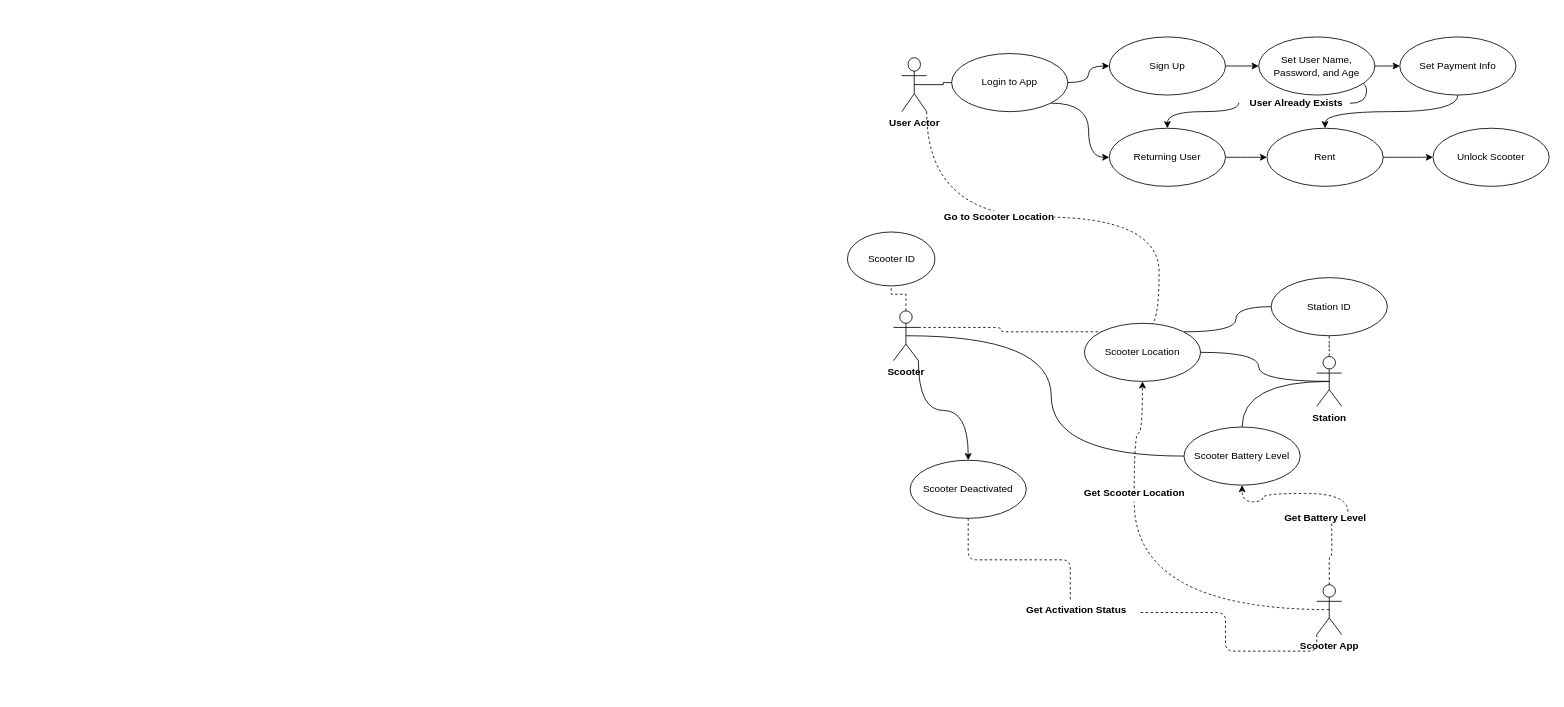
Before: Scooter Use Case Diagram.drawio in GreyWoulf/Scooter-Project, a draw.io diagram. Source tidied: cells renumbered, new cells numbered last; positions are measured from the earlier drawing's top-left corner, leaving out a move shared by most shapes. Both pictures are drawn from the tidied source at 83%, with x=0, y=0 at pixel (847, 37).
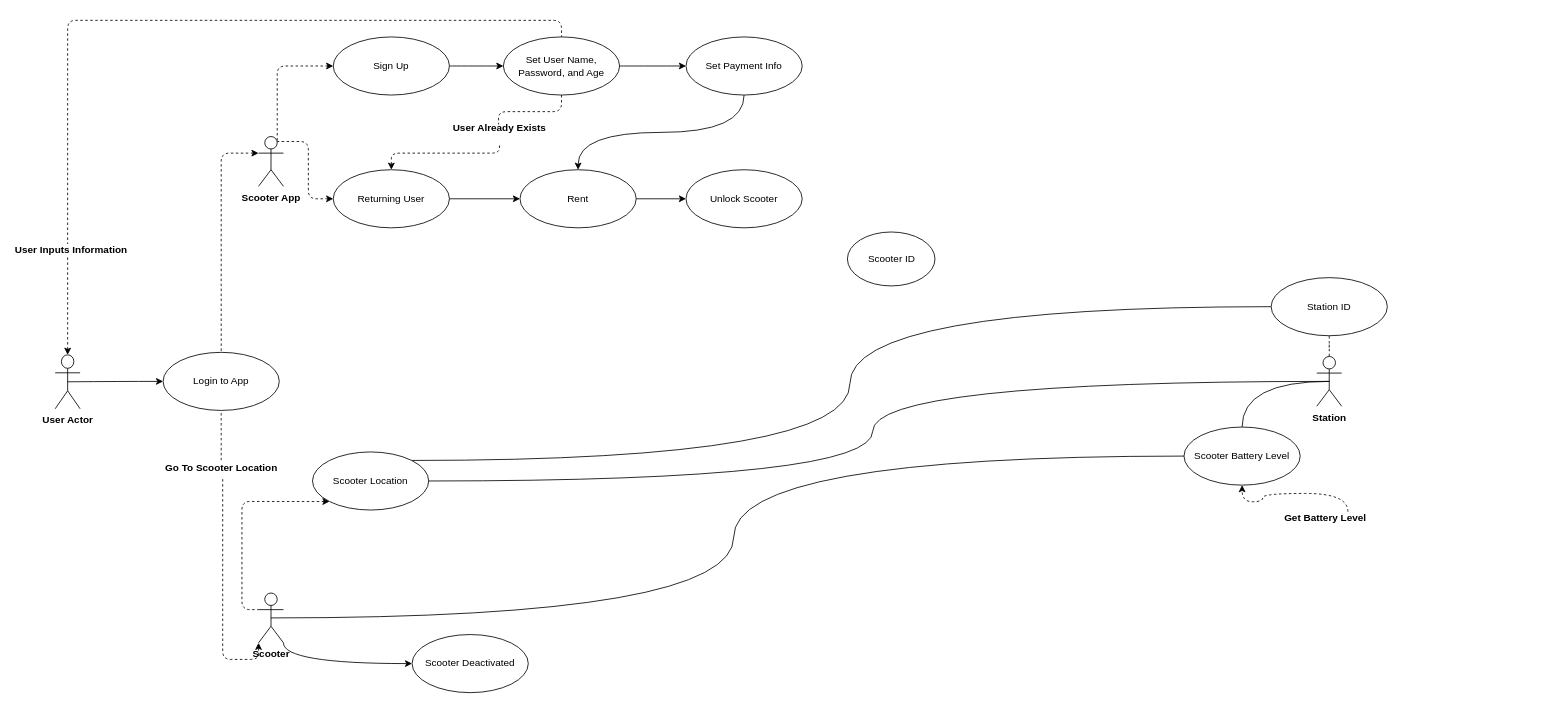
The same page after the edit.

Unchanged cells that the change refers to:
```xml
<mxCell id="32" value="&lt;b&gt;Get Battery Level&lt;/b&gt;" style="text;html=1;align=center;verticalAlign=middle;points=[];strokeColor=none;fillColor=none;fontSize=12;" parent="1" vertex="1">
  <mxGeometry x="520" y="570" width="110" height="20" as="geometry" />
</mxCell>
<mxCell id="48" value="Scooter ID" style="ellipse;whiteSpace=wrap;html=1;fontSize=12;" parent="1" vertex="1">
  <mxGeometry x="-0.5" y="235" width="105.5" height="65" as="geometry" />
</mxCell>
```

What changed in the source:
```diff
@@
-    <mxCell id="2" style="edgeStyle=orthogonalEdgeStyle;jettySize=auto;html=1;exitX=1;exitY=1;exitDx=0;exitDy=0;exitPerimeter=0;entryX=0.5;entryY=0.071;entryDx=0;entryDy=0;entryPerimeter=0;curved=1;dashed=1;" parent="1" edge="1" source="4" target="22">
-      <mxGeometry relative="1" as="geometry">
-        <Array as="points">
-          <mxPoint x="95" y="217" />
-          <mxPoint x="375" y="217" />
-          <mxPoint x="375" y="350" />
-        </Array>
-      </mxGeometry>
-    </mxCell>
-    <mxCell id="3" value="&lt;b&gt;Go to Scooter Location&lt;/b&gt;" style="edgeLabel;html=1;align=center;verticalAlign=middle;fontSize=12;" parent="2" vertex="1">
-      <mxGeometry x="-0.24" y="1" relative="1" as="geometry" />
-    </mxCell>
+    <mxCell id="49" style="edgeStyle=orthogonalEdgeStyle;rounded=1;jettySize=auto;html=1;exitX=0.5;exitY=0;exitDx=0;exitDy=0;exitPerimeter=0;entryX=0.5;entryY=0;entryDx=0;entryDy=0;fontSize=12;startArrow=classic;startFill=1;endArrow=none;endFill=0;strokeColor=default;dashed=1;" parent="1" edge="1" source="4" target="35">
+      <mxGeometry relative="1" as="geometry" />
+    </mxCell>
+    <mxCell id="50" value="&lt;b&gt;User Inputs Information&lt;/b&gt;" style="edgeLabel;html=1;align=center;verticalAlign=middle;fontSize=12;" parent="49" vertex="1">
+      <mxGeometry x="-0.75" y="-3" relative="1" as="geometry" />
+    </mxCell>
     <mxCell id="4" value="&lt;b&gt;User Actor&lt;/b&gt;" style="shape=umlActor;verticalLabelPosition=bottom;verticalAlign=top;html=1;" parent="1" vertex="1">
-      <mxGeometry x="65" y="25" width="30" height="65" as="geometry" />
+      <mxGeometry x="-955" y="383" width="30" height="65" as="geometry" />
     </mxCell>
@@
-    <mxCell id="7" style="edgeStyle=orthogonalEdgeStyle;jettySize=auto;html=1;exitX=1;exitY=0.3333333333333333;exitDx=0;exitDy=0;exitPerimeter=0;entryX=0;entryY=0;entryDx=0;entryDy=0;fontSize=12;endArrow=none;endFill=0;strokeColor=default;dashed=1;rounded=1;" parent="1" edge="1" source="9" target="22">
-      <mxGeometry relative="1" as="geometry" />
-    </mxCell>
-    <mxCell id="8" style="edgeStyle=orthogonalEdgeStyle;rounded=0;jettySize=auto;html=1;exitX=0.5;exitY=0;exitDx=0;exitDy=0;exitPerimeter=0;dashed=1;fontSize=12;endArrow=none;endFill=0;strokeColor=default;" parent="1" edge="1" source="9" target="48">
-      <mxGeometry relative="1" as="geometry" />
-    </mxCell>
+    <mxCell id="51" style="edgeStyle=orthogonalEdgeStyle;curved=1;jettySize=auto;html=1;exitX=0.5;exitY=0;exitDx=0;exitDy=0;exitPerimeter=0;fontSize=12;startArrow=none;startFill=1;endArrow=none;endFill=0;strokeColor=default;dashed=1;" parent="1" edge="1" source="59" target="27">
+      <mxGeometry relative="1" as="geometry" />
+    </mxCell>
+    <mxCell id="52" style="edgeStyle=orthogonalEdgeStyle;rounded=1;jettySize=auto;html=1;exitX=0;exitY=1;exitDx=0;exitDy=0;exitPerimeter=0;entryX=0.512;entryY=1.135;entryDx=0;entryDy=0;entryPerimeter=0;dashed=1;fontSize=12;startArrow=classic;startFill=1;endArrow=none;endFill=0;strokeColor=default;" parent="1" edge="1" source="9" target="59">
+      <mxGeometry relative="1" as="geometry" />
+    </mxCell>
     <mxCell id="9" value="&lt;b&gt;Scooter&lt;/b&gt;" style="shape=umlActor;verticalLabelPosition=bottom;verticalAlign=top;html=1;" parent="1" vertex="1">
-      <mxGeometry x="55" y="330" width="30" height="60" as="geometry" />
+      <mxGeometry x="-710" y="670" width="30" height="60" as="geometry" />
     </mxCell>
-    <mxCell id="10" style="edgeStyle=orthogonalEdgeStyle;jettySize=auto;html=1;exitX=0.5;exitY=0.5;exitDx=0;exitDy=0;exitPerimeter=0;entryX=0.5;entryY=1;entryDx=0;entryDy=0;curved=1;dashed=1;startArrow=none;" parent="1" edge="1" source="30" target="22">
-      <mxGeometry relative="1" as="geometry" />
-    </mxCell>
@@
-    <mxCell id="12" style="edgeStyle=orthogonalEdgeStyle;rounded=1;jettySize=auto;html=1;exitX=0.5;exitY=0;exitDx=0;exitDy=0;exitPerimeter=0;entryX=0.573;entryY=0.696;entryDx=0;entryDy=0;entryPerimeter=0;fontSize=12;endArrow=none;endFill=0;strokeColor=default;dashed=1;" parent="1" edge="1" source="14" target="32">
-      <mxGeometry relative="1" as="geometry" />
-    </mxCell>
-    <mxCell id="13" style="edgeStyle=orthogonalEdgeStyle;rounded=1;jettySize=auto;html=1;exitX=0;exitY=1;exitDx=0;exitDy=0;exitPerimeter=0;entryX=1.048;entryY=0.673;entryDx=0;entryDy=0;entryPerimeter=0;dashed=1;fontSize=12;endArrow=none;endFill=0;strokeColor=default;" parent="1" edge="1" source="14" target="29">
-      <mxGeometry relative="1" as="geometry" />
-    </mxCell>
+    <mxCell id="53" style="edgeStyle=orthogonalEdgeStyle;rounded=1;jettySize=auto;html=1;exitX=0;exitY=0.3333333333333333;exitDx=0;exitDy=0;exitPerimeter=0;entryX=0.5;entryY=0;entryDx=0;entryDy=0;dashed=1;fontSize=12;startArrow=classic;startFill=1;endArrow=none;endFill=0;strokeColor=default;" parent="1" edge="1" source="14" target="27">
+      <mxGeometry relative="1" as="geometry" />
+    </mxCell>
     <mxCell id="14" value="&lt;b&gt;Scooter App&lt;/b&gt;" style="shape=umlActor;verticalLabelPosition=bottom;verticalAlign=top;html=1;" parent="1" vertex="1">
-      <mxGeometry x="565" y="660" width="30" height="60" as="geometry" />
+      <mxGeometry x="-710" y="120" width="30" height="60" as="geometry" />
     </mxCell>
@@
+    <mxCell id="54" style="edgeStyle=orthogonalEdgeStyle;rounded=1;jettySize=auto;html=1;exitX=0;exitY=0.5;exitDx=0;exitDy=0;entryX=0.75;entryY=0.1;entryDx=0;entryDy=0;entryPerimeter=0;dashed=1;fontSize=12;startArrow=classic;startFill=1;endArrow=none;endFill=0;strokeColor=default;" parent="1" edge="1" source="17" target="14">
+      <mxGeometry relative="1" as="geometry" />
+    </mxCell>
-    <mxCell id="16" style="edgeStyle=orthogonalEdgeStyle;curved=1;jettySize=auto;html=1;exitX=0.5;exitY=0;exitDx=0;exitDy=0;entryX=-0.03;entryY=0.465;entryDx=0;entryDy=0;entryPerimeter=0;fontSize=12;endArrow=none;endFill=0;strokeColor=default;startArrow=classic;startFill=1;" parent="1" edge="1" source="17" target="37">
+    <mxCell id="16" style="edgeStyle=orthogonalEdgeStyle;rounded=1;jettySize=auto;html=1;exitX=0.5;exitY=0;exitDx=0;exitDy=0;entryX=0.502;entryY=1.388;entryDx=0;entryDy=0;entryPerimeter=0;dashed=1;fontSize=12;startArrow=classic;startFill=1;endArrow=none;endFill=0;strokeColor=default;" parent="1" edge="1" source="17" target="37">
       <mxGeometry relative="1" as="geometry" />
     </mxCell>
     <mxCell id="17" value="Returning User" style="ellipse;whiteSpace=wrap;html=1;" parent="1" vertex="1">
-      <mxGeometry x="315" y="110" width="140" height="70" as="geometry" />
+      <mxGeometry x="-620" y="160" width="140" height="70" as="geometry" />
     </mxCell>
@@
-    <mxCell id="19" style="edgeStyle=orthogonalEdgeStyle;rounded=1;jettySize=auto;html=1;exitX=0.5;exitY=1;exitDx=0;exitDy=0;entryX=0.45;entryY=-0.004;entryDx=0;entryDy=0;entryPerimeter=0;dashed=1;fontSize=12;endArrow=none;endFill=0;strokeColor=default;" parent="1" edge="1" source="20" target="29">
-      <mxGeometry relative="1" as="geometry" />
-    </mxCell>
     <mxCell id="20" value="Scooter Deactivated" style="ellipse;whiteSpace=wrap;html=1;" parent="1" vertex="1">
-      <mxGeometry x="75" y="510" width="140" height="70" as="geometry" />
+      <mxGeometry x="-525" y="720" width="140" height="70" as="geometry" />
     </mxCell>
@@
+    <mxCell id="55" style="edgeStyle=orthogonalEdgeStyle;rounded=1;jettySize=auto;html=1;exitX=0;exitY=1;exitDx=0;exitDy=0;entryX=0;entryY=0.3333333333333333;entryDx=0;entryDy=0;entryPerimeter=0;dashed=1;fontSize=12;startArrow=classic;startFill=1;endArrow=none;endFill=0;strokeColor=default;" parent="1" edge="1" source="22" target="9">
+      <mxGeometry relative="1" as="geometry" />
+    </mxCell>
     <mxCell id="22" value="Scooter Location" style="ellipse;whiteSpace=wrap;html=1;" parent="1" vertex="1">
-      <mxGeometry x="285" y="345" width="140" height="70" as="geometry" />
+      <mxGeometry x="-645" y="500" width="140" height="70" as="geometry" />
     </mxCell>
@@
+    <mxCell id="56" style="edgeStyle=orthogonalEdgeStyle;rounded=1;jettySize=auto;html=1;exitX=0;exitY=0.5;exitDx=0;exitDy=0;entryX=0.75;entryY=0.1;entryDx=0;entryDy=0;entryPerimeter=0;dashed=1;fontSize=12;startArrow=classic;startFill=1;endArrow=none;endFill=0;strokeColor=default;" parent="1" edge="1" source="24" target="14">
+      <mxGeometry relative="1" as="geometry" />
+    </mxCell>
     <mxCell id="24" value="Sign Up" style="ellipse;whiteSpace=wrap;html=1;fontSize=12;" parent="1" vertex="1">
-      <mxGeometry x="315" width="140" height="70" as="geometry" />
+      <mxGeometry x="-620" width="140" height="70" as="geometry" />
     </mxCell>
-    <mxCell id="25" style="edgeStyle=orthogonalEdgeStyle;curved=1;jettySize=auto;html=1;exitX=1;exitY=0.5;exitDx=0;exitDy=0;entryX=0;entryY=0.5;entryDx=0;entryDy=0;fontSize=12;strokeColor=default;" parent="1" edge="1" source="27" target="24">
-      <mxGeometry relative="1" as="geometry" />
-    </mxCell>
-    <mxCell id="26" style="edgeStyle=orthogonalEdgeStyle;curved=1;jettySize=auto;html=1;exitX=1;exitY=1;exitDx=0;exitDy=0;entryX=0;entryY=0.5;entryDx=0;entryDy=0;fontSize=12;strokeColor=default;" parent="1" edge="1" source="27" target="17">
-      <mxGeometry relative="1" as="geometry" />
-    </mxCell>
+    <mxCell id="57" style="edgeStyle=orthogonalEdgeStyle;curved=1;jettySize=auto;html=1;exitX=0;exitY=0.5;exitDx=0;exitDy=0;entryX=0.5;entryY=0.5;entryDx=0;entryDy=0;entryPerimeter=0;fontSize=12;startArrow=classic;startFill=1;endArrow=none;endFill=0;strokeColor=default;" parent="1" edge="1" source="27" target="4">
+      <mxGeometry relative="1" as="geometry" />
+    </mxCell>
     <mxCell id="27" value="Login to App" style="ellipse;whiteSpace=wrap;html=1;" parent="1" vertex="1">
-      <mxGeometry x="125" y="20" width="140" height="70" as="geometry" />
+      <mxGeometry x="-825" y="380" width="140" height="70" as="geometry" />
     </mxCell>
-    <mxCell id="28" style="edgeStyle=orthogonalEdgeStyle;rounded=0;jettySize=auto;html=1;exitX=0.5;exitY=0.5;exitDx=0;exitDy=0;exitPerimeter=0;endArrow=none;" parent="1" edge="1" source="4" target="27">
-      <mxGeometry relative="1" as="geometry" />
-    </mxCell>
-    <mxCell id="29" value="&lt;b&gt;Get Activation Status&lt;/b&gt;" style="text;html=1;align=center;verticalAlign=middle;points=[];strokeColor=none;fillColor=none;fontSize=12;" parent="1" vertex="1">
-      <mxGeometry x="205" y="680" width="140" height="20" as="geometry" />
-    </mxCell>
-    <mxCell id="30" value="&lt;b&gt;&lt;font style=&quot;font-size: 12px;&quot;&gt;Get Scooter Location&lt;/font&gt;&lt;/b&gt;" style="text;html=1;align=center;verticalAlign=middle;points=[];strokeColor=none;fillColor=none;" parent="1" vertex="1">
-      <mxGeometry x="275" y="540" width="140" height="20" as="geometry" />
-    </mxCell>
-    <mxCell id="31" style="edgeStyle=orthogonalEdgeStyle;jettySize=auto;html=1;exitX=0.5;exitY=0.5;exitDx=0;exitDy=0;exitPerimeter=0;entryX=0.5;entryY=1;entryDx=0;entryDy=0;curved=1;dashed=1;endArrow=none;" parent="1" edge="1" source="14" target="30">
-      <mxGeometry relative="1" as="geometry" />
-    </mxCell>
@@
-    <mxCell id="33" style="edgeStyle=orthogonalEdgeStyle;curved=1;jettySize=auto;html=1;exitX=1;exitY=0.5;exitDx=0;exitDy=0;entryX=0.5;entryY=1;entryDx=0;entryDy=0;fontSize=12;strokeColor=default;startArrow=none;" parent="1" edge="1" source="37" target="35">
-      <mxGeometry relative="1" as="geometry" />
-    </mxCell>
@@
+    <mxCell id="58" style="edgeStyle=orthogonalEdgeStyle;rounded=1;jettySize=auto;html=1;exitX=0.5;exitY=1;exitDx=0;exitDy=0;entryX=0.494;entryY=0.273;entryDx=0;entryDy=0;entryPerimeter=0;dashed=1;fontSize=12;startArrow=none;startFill=0;endArrow=none;endFill=0;strokeColor=default;" parent="1" edge="1" source="35" target="37">
+      <mxGeometry relative="1" as="geometry" />
+    </mxCell>
     <mxCell id="35" value="Set User Name, Password, and Age" style="ellipse;whiteSpace=wrap;html=1;fontSize=12;" parent="1" vertex="1">
-      <mxGeometry x="495" width="140" height="70" as="geometry" />
+      <mxGeometry x="-415" width="140" height="70" as="geometry" />
     </mxCell>
     <mxCell id="36" value="Set Payment Info" style="ellipse;whiteSpace=wrap;html=1;fontSize=12;" parent="1" vertex="1">
-      <mxGeometry x="665" width="140" height="70" as="geometry" />
+      <mxGeometry x="-195" width="140" height="70" as="geometry" />
     </mxCell>
     <mxCell id="37" value="&lt;b&gt;User Already Exists&lt;/b&gt;" style="text;html=1;align=center;verticalAlign=middle;points=[];strokeColor=none;fillColor=none;fontSize=12;" parent="1" vertex="1">
-      <mxGeometry x="475" y="70" width="130" height="20" as="geometry" />
+      <mxGeometry x="-485" y="100" width="130" height="20" as="geometry" />
     </mxCell>
@@
-    <mxCell id="44" style="edgeStyle=orthogonalEdgeStyle;curved=1;jettySize=auto;html=1;exitX=0;exitY=0.5;exitDx=0;exitDy=0;entryX=1;entryY=0.5;entryDx=0;entryDy=0;fontSize=12;startArrow=classic;startFill=1;endArrow=none;endFill=0;strokeColor=default;" parent="1" edge="1" source="45" target="17">
+    <mxCell id="44" style="edgeStyle=orthogonalEdgeStyle;jettySize=auto;html=1;exitX=0;exitY=0.5;exitDx=0;exitDy=0;entryX=1;entryY=0.5;entryDx=0;entryDy=0;fontSize=12;startArrow=classic;startFill=1;endArrow=none;endFill=0;strokeColor=default;rounded=0;" parent="1" edge="1" source="45" target="17">
       <mxGeometry relative="1" as="geometry" />
     </mxCell>
     <mxCell id="45" value="Rent" style="ellipse;whiteSpace=wrap;html=1;fontSize=12;" parent="1" vertex="1">
-      <mxGeometry x="505" y="110" width="140" height="70" as="geometry" />
+      <mxGeometry x="-395" y="160" width="140" height="70" as="geometry" />
     </mxCell>
-    <mxCell id="46" style="edgeStyle=orthogonalEdgeStyle;curved=1;jettySize=auto;html=1;exitX=0;exitY=0.5;exitDx=0;exitDy=0;entryX=1;entryY=0.5;entryDx=0;entryDy=0;fontSize=12;startArrow=classic;startFill=1;endArrow=none;endFill=0;strokeColor=default;" parent="1" edge="1" source="47" target="45">
+    <mxCell id="46" style="edgeStyle=orthogonalEdgeStyle;rounded=0;jettySize=auto;html=1;exitX=0;exitY=0.5;exitDx=0;exitDy=0;entryX=1;entryY=0.5;entryDx=0;entryDy=0;fontSize=12;startArrow=classic;startFill=1;endArrow=none;endFill=0;strokeColor=default;" parent="1" edge="1" source="47" target="45">
       <mxGeometry relative="1" as="geometry" />
     </mxCell>
     <mxCell id="47" value="Unlock Scooter" style="ellipse;whiteSpace=wrap;html=1;fontSize=12;" parent="1" vertex="1">
-      <mxGeometry x="705" y="110" width="140" height="70" as="geometry" />
+      <mxGeometry x="-195" y="160" width="140" height="70" as="geometry" />
     </mxCell>
@@
+    <mxCell id="59" value="&lt;b&gt;Go To Scooter Location&lt;/b&gt;" style="text;html=1;align=center;verticalAlign=middle;points=[];strokeColor=none;fillColor=none;fontSize=12;" parent="1" vertex="1">
+      <mxGeometry x="-830" y="510" width="150" height="20" as="geometry" />
+    </mxCell>
```
